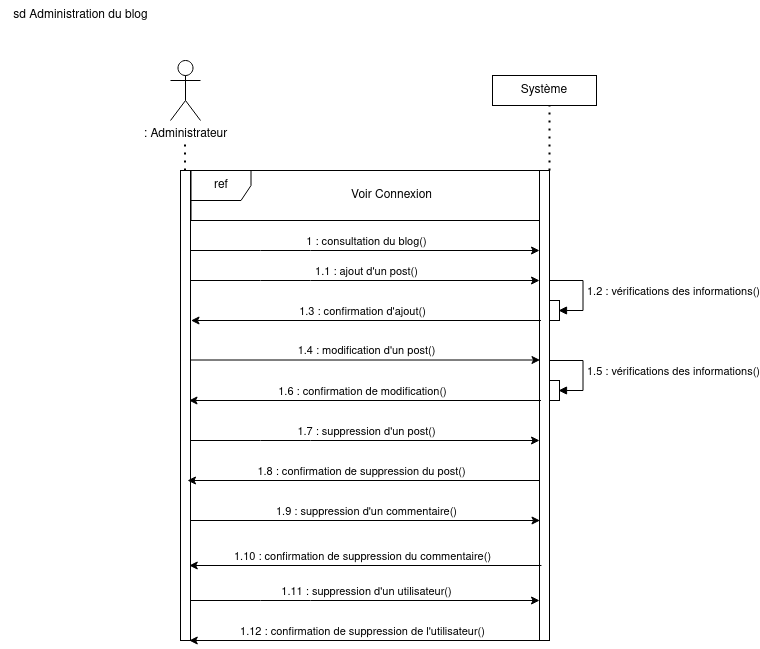
Above: diagrams/diagramme_de_sequence_myfirstblog-administration_du_blog.drawio.png in j-lucea/MyFirstBlog (draw.io), before the change. Source tidied: cells renumbered, new cells last; positions are measured from the earlier drawing's top-left corner, leaving out a move shared by most shapes.
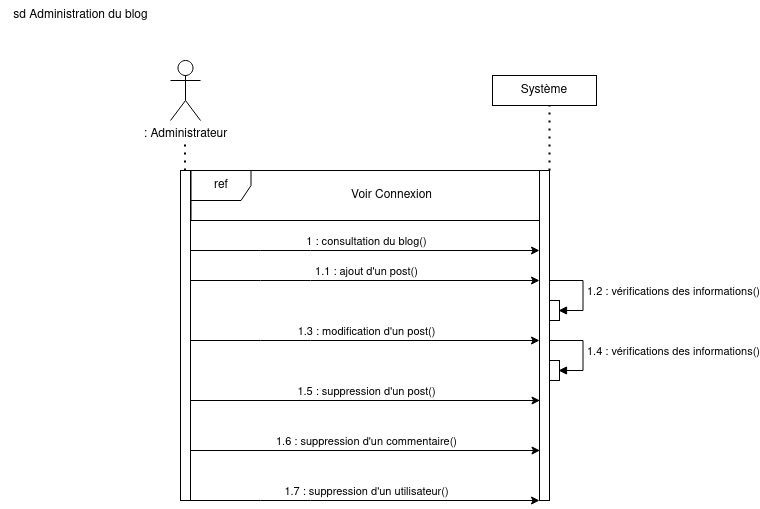
Above is the later version.

Diff of the diagram source:
```diff
@@ -9,10 +9,10 @@
       <mxGeometry x="170" y="60" width="30" height="60" as="geometry" />
     </mxCell>
     <mxCell id="4" style="html=1;perimeter=orthogonalPerimeter;targetShapes=umlLifeline;newEdgeStyle={&quot;edgeStyle&quot;:&quot;elbowEdgeStyle&quot;,&quot;elbow&quot;:&quot;vertical&quot;,&quot;curved&quot;:0,&quot;rounded&quot;:0};" parent="1" vertex="1">
-      <mxGeometry x="180" y="170" width="10" height="470" as="geometry" />
+      <mxGeometry x="180" y="170" width="10" height="330" as="geometry" />
     </mxCell>
     <mxCell id="5" style="html=1;points=[];perimeter=orthogonalPerimeter;outlineConnect=0;targetShapes=umlLifeline;portConstraint=eastwest;newEdgeStyle={&quot;edgeStyle&quot;:&quot;elbowEdgeStyle&quot;,&quot;elbow&quot;:&quot;vertical&quot;,&quot;curved&quot;:0,&quot;rounded&quot;:0};" parent="1" vertex="1">
-      <mxGeometry x="539" y="170" width="10" height="470" as="geometry" />
+      <mxGeometry x="539" y="170" width="10" height="330" as="geometry" />
     </mxCell>
     <mxCell id="6" style="endArrow=classic;html=1;rounded=0;" parent="1" edge="1">
       <mxGeometry relative="1" as="geometry">
@@ -31,15 +31,15 @@
     </mxCell>
     <mxCell id="8" style="endArrow=classic;html=1;rounded=0;" parent="1" edge="1">
       <mxGeometry relative="1" as="geometry">
-        <mxPoint x="190.5" y="359.5" as="sourcePoint" />
-        <mxPoint x="539.5" y="359.5" as="targetPoint" />
+        <mxPoint x="190" y="340" as="sourcePoint" />
+        <mxPoint x="539" y="340" as="targetPoint" />
         <Array as="points">
-          <mxPoint x="260.5" y="359.5" />
-          <mxPoint x="310.5" y="359.5" />
+          <mxPoint x="260" y="340" />
+          <mxPoint x="310" y="340" />
         </Array>
       </mxGeometry>
     </mxCell>
-    <mxCell id="9" value="1.4 : modification d'un post()" style="edgeLabel;html=1;align=center;verticalAlign=middle;" parent="8" vertex="1">
+    <mxCell id="9" value="1.3 : modification d'un post()" style="edgeLabel;html=1;align=center;verticalAlign=middle;" parent="8" vertex="1">
       <mxGeometry relative="1" as="geometry">
         <mxPoint y="-10" as="offset" />
       </mxGeometry>
@@ -79,39 +79,9 @@
     <mxCell id="16" value="Voir Connexion" style="text;html=1;align=center;verticalAlign=middle;strokeColor=none;fillColor=none;" parent="1" vertex="1">
       <mxGeometry x="340.5" y="180" width="100" height="30" as="geometry" />
     </mxCell>
-    <mxCell id="17" style="endArrow=classic;html=1;rounded=0;" parent="1" edge="1">
-      <mxGeometry relative="1" as="geometry">
-        <mxPoint x="308.5" y="400" as="sourcePoint" />
-        <mxPoint x="188.5" y="400" as="targetPoint" />
-        <Array as="points">
-          <mxPoint x="386" y="400" />
-          <mxPoint x="540.5" y="400" />
-        </Array>
-      </mxGeometry>
-    </mxCell>
-    <mxCell id="18" value="1.6 : confirmation de modification()" style="edgeLabel;html=1;align=center;verticalAlign=middle;" parent="17" vertex="1">
-      <mxGeometry relative="1" as="geometry">
-        <mxPoint x="-119" y="-10" as="offset" />
-      </mxGeometry>
-    </mxCell>
     <mxCell id="19" style="html=1;perimeter=orthogonalPerimeter;targetShapes=umlLifeline;newEdgeStyle={&quot;edgeStyle&quot;:&quot;elbowEdgeStyle&quot;,&quot;elbow&quot;:&quot;vertical&quot;,&quot;curved&quot;:0,&quot;rounded&quot;:0};" parent="1" vertex="1">
-      <mxGeometry x="549" y="380" width="10" height="20" as="geometry" />
+      <mxGeometry x="549" y="360" width="10" height="20" as="geometry" />
     </mxCell>
-    <mxCell id="20" style="endArrow=classic;html=1;rounded=0;" parent="1" edge="1">
-      <mxGeometry relative="1" as="geometry">
-        <mxPoint x="310.5" y="320" as="sourcePoint" />
-        <mxPoint x="190.5" y="320" as="targetPoint" />
-        <Array as="points">
-          <mxPoint x="388" y="320" />
-          <mxPoint x="540.5" y="320" />
-        </Array>
-      </mxGeometry>
-    </mxCell>
-    <mxCell id="21" value="&lt;div&gt;1.3 : confirmation d'ajout()&lt;/div&gt;" style="edgeLabel;html=1;align=center;verticalAlign=middle;" parent="20" vertex="1">
-      <mxGeometry relative="1" as="geometry">
-        <mxPoint x="-119" y="-10" as="offset" />
-      </mxGeometry>
-    </mxCell>
     <mxCell id="22" value="1.2 : vérifications des informations()" style="html=1;align=left;spacingLeft=2;endArrow=block;rounded=0;edgeStyle=orthogonalEdgeStyle;curved=0;rounded=0;" parent="1" edge="1">
       <mxGeometry relative="1" as="geometry">
         <mxPoint x="549" y="280" as="sourcePoint" />
@@ -126,102 +96,57 @@
     </mxCell>
     <mxCell id="24" style="endArrow=classic;html=1;rounded=0;" parent="1" edge="1">
       <mxGeometry relative="1" as="geometry">
-        <mxPoint x="190" y="440" as="sourcePoint" />
-        <mxPoint x="539" y="440" as="targetPoint" />
+        <mxPoint x="190.5" y="400" as="sourcePoint" />
+        <mxPoint x="539.5" y="400" as="targetPoint" />
         <Array as="points">
-          <mxPoint x="260" y="440" />
-          <mxPoint x="310" y="440" />
+          <mxPoint x="260.5" y="400" />
+          <mxPoint x="310.5" y="400" />
         </Array>
       </mxGeometry>
     </mxCell>
-    <mxCell id="25" value="1.7 : suppression d'un post()" style="edgeLabel;html=1;align=center;verticalAlign=middle;" parent="24" vertex="1">
+    <mxCell id="25" value="1.5 : suppression d'un post()" style="edgeLabel;html=1;align=center;verticalAlign=middle;" parent="24" vertex="1">
       <mxGeometry relative="1" as="geometry">
         <mxPoint y="-10" as="offset" />
       </mxGeometry>
     </mxCell>
-    <mxCell id="26" value="1.5 : vérifications des informations()" style="html=1;align=left;spacingLeft=2;endArrow=block;rounded=0;edgeStyle=orthogonalEdgeStyle;curved=0;rounded=0;" parent="1" edge="1">
+    <mxCell id="26" value="1.4 : vérifications des informations()" style="html=1;align=left;spacingLeft=2;endArrow=block;rounded=0;edgeStyle=orthogonalEdgeStyle;curved=0;rounded=0;" parent="1" edge="1">
       <mxGeometry relative="1" as="geometry">
-        <mxPoint x="549" y="360" as="sourcePoint" />
-        <mxPoint x="558" y="390" as="targetPoint" />
+        <mxPoint x="549" y="340" as="sourcePoint" />
+        <mxPoint x="558" y="370" as="targetPoint" />
         <Array as="points">
-          <mxPoint x="582.5" y="390" />
+          <mxPoint x="582.5" y="370" />
         </Array>
       </mxGeometry>
     </mxCell>
     <mxCell id="27" style="endArrow=classic;html=1;rounded=0;" parent="1" edge="1">
       <mxGeometry relative="1" as="geometry">
-        <mxPoint x="190.5" y="520" as="sourcePoint" />
-        <mxPoint x="539.5" y="520" as="targetPoint" />
+        <mxPoint x="190.5" y="450" as="sourcePoint" />
+        <mxPoint x="539.5" y="450" as="targetPoint" />
         <Array as="points">
-          <mxPoint x="260.5" y="520" />
-          <mxPoint x="310.5" y="520" />
+          <mxPoint x="260.5" y="450" />
+          <mxPoint x="310.5" y="450" />
         </Array>
       </mxGeometry>
     </mxCell>
-    <mxCell id="28" value="1.9 : suppression d'un commentaire()" style="edgeLabel;html=1;align=center;verticalAlign=middle;" parent="27" vertex="1">
+    <mxCell id="28" value="1.6 : suppression d'un commentaire()" style="edgeLabel;html=1;align=center;verticalAlign=middle;" parent="27" vertex="1">
       <mxGeometry relative="1" as="geometry">
         <mxPoint y="-10" as="offset" />
       </mxGeometry>
     </mxCell>
-    <mxCell id="29" style="endArrow=classic;html=1;rounded=0;" parent="1" edge="1">
-      <mxGeometry relative="1" as="geometry">
-        <mxPoint x="307" y="480" as="sourcePoint" />
-        <mxPoint x="187" y="480" as="targetPoint" />
-        <Array as="points">
-          <mxPoint x="384.5" y="480" />
-          <mxPoint x="539" y="480" />
-        </Array>
-      </mxGeometry>
-    </mxCell>
-    <mxCell id="30" value="1.8 : confirmation de suppression du post()" style="edgeLabel;html=1;align=center;verticalAlign=middle;" parent="29" vertex="1">
-      <mxGeometry relative="1" as="geometry">
-        <mxPoint x="-119" y="-10" as="offset" />
-      </mxGeometry>
-    </mxCell>
-    <mxCell id="31" style="endArrow=classic;html=1;rounded=0;" parent="1" edge="1">
-      <mxGeometry relative="1" as="geometry">
-        <mxPoint x="308.8" y="565" as="sourcePoint" />
-        <mxPoint x="188.8" y="565" as="targetPoint" />
-        <Array as="points">
-          <mxPoint x="386.2" y="565" />
-          <mxPoint x="540.8" y="565" />
-        </Array>
-      </mxGeometry>
-    </mxCell>
-    <mxCell id="32" value="1.10 : confirmation de suppression du commentaire()" style="edgeLabel;html=1;align=center;verticalAlign=middle;" parent="31" vertex="1">
-      <mxGeometry relative="1" as="geometry">
-        <mxPoint x="-119" y="-10" as="offset" />
-      </mxGeometry>
-    </mxCell>
     <mxCell id="33" style="endArrow=classic;html=1;rounded=0;" parent="1" edge="1">
       <mxGeometry relative="1" as="geometry">
-        <mxPoint x="190" y="600" as="sourcePoint" />
-        <mxPoint x="539" y="600" as="targetPoint" />
+        <mxPoint x="190" y="500" as="sourcePoint" />
+        <mxPoint x="539" y="500" as="targetPoint" />
         <Array as="points">
-          <mxPoint x="260" y="600" />
-          <mxPoint x="310" y="600" />
+          <mxPoint x="260" y="500" />
+          <mxPoint x="310" y="500" />
         </Array>
       </mxGeometry>
     </mxCell>
-    <mxCell id="34" value="1.11 : suppression d'un utilisateur()" style="edgeLabel;html=1;align=center;verticalAlign=middle;" parent="33" vertex="1">
+    <mxCell id="34" value="1.7 : suppression d'un utilisateur()" style="edgeLabel;html=1;align=center;verticalAlign=middle;" parent="33" vertex="1">
       <mxGeometry relative="1" as="geometry">
         <mxPoint y="-10" as="offset" />
       </mxGeometry>
     </mxCell>
-    <mxCell id="35" style="endArrow=classic;html=1;rounded=0;" parent="1" edge="1">
-      <mxGeometry relative="1" as="geometry">
-        <mxPoint x="308.8" y="640" as="sourcePoint" />
-        <mxPoint x="188.8" y="640" as="targetPoint" />
-        <Array as="points">
-          <mxPoint x="386.2" y="640" />
-          <mxPoint x="540.8" y="640" />
-        </Array>
-      </mxGeometry>
-    </mxCell>
-    <mxCell id="36" value="1.12 : confirmation de suppression de l'utilisateur()" style="edgeLabel;html=1;align=center;verticalAlign=middle;" parent="35" vertex="1">
-      <mxGeometry relative="1" as="geometry">
-        <mxPoint x="-119" y="-10" as="offset" />
-      </mxGeometry>
-    </mxCell>
   </root>
 </mxGraphModel>
```
